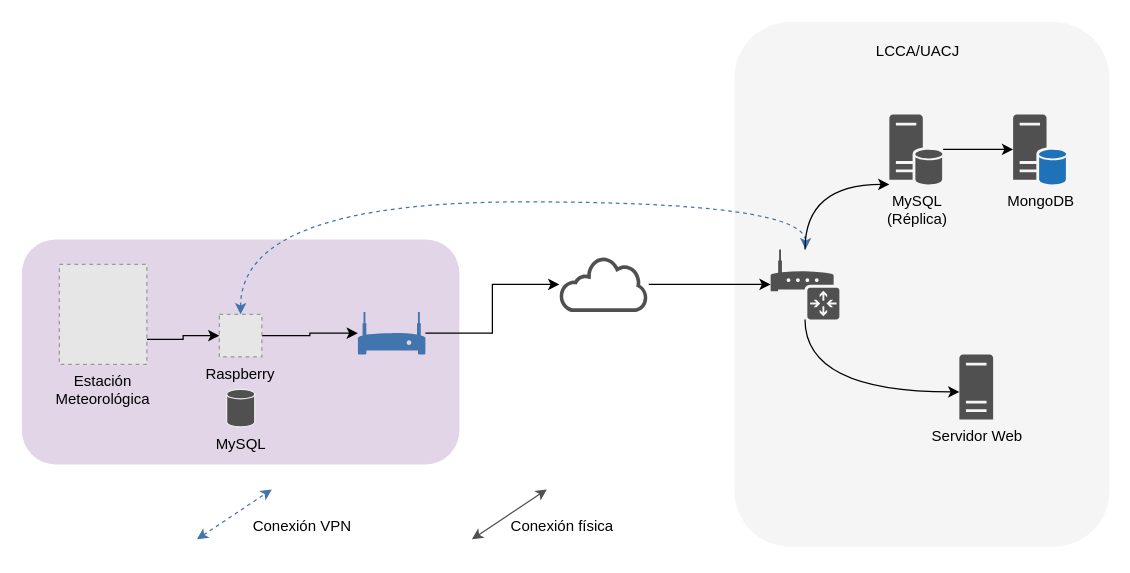
Before: page "Page-4" (4 of 4) of resources/red.drawio in thblckjkr/tesis, a draw.io diagram. Source tidied: cells renumbered, new cells numbered last; positions are measured from the earlier drawing's top-left corner, leaving out a move shared by most shapes. Both pictures are drawn from the tidied source at 125%, with x=0, y=0 at pixel (21, 21). Pictures stored in the file or linked from it are replaced by grey dashed boxes.
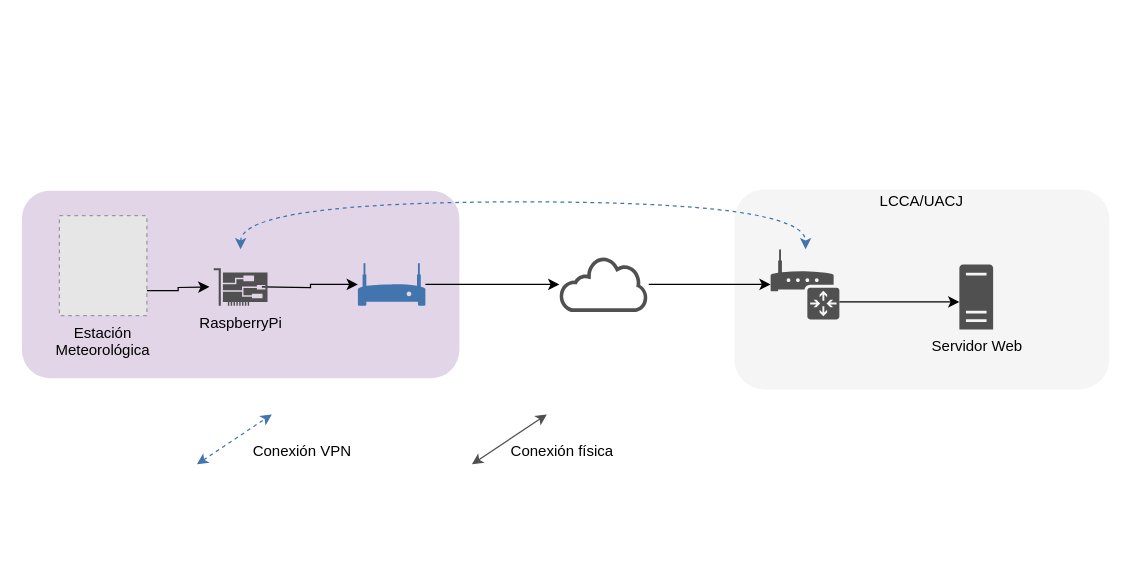
The same page after the edit.

The change refers to these unchanged cells:
```xml
<mxCell id="20" style="shadow=0;dashed=0;html=1;strokeColor=none;labelPosition=center;verticalLabelPosition=bottom;verticalAlign=top;outlineConnect=0;align=center;shape=mxgraph.office.devices.router;fillColor=#505050;" parent="1" vertex="1">
  <mxGeometry x="599" y="182" width="55" height="56" as="geometry" />
</mxCell>
```

What changed in the source:
```diff
@@
     <mxCell id="2" style="rounded=1;whiteSpace=wrap;html=1;fillColor=#e1d5e7;fontStyle=1;strokeColor=none;" parent="1" vertex="1">
-      <mxGeometry y="174" width="350" height="180" as="geometry" />
+      <mxGeometry y="135" width="350" height="150" as="geometry" />
     </mxCell>
     <mxCell id="3" style="rounded=1;whiteSpace=wrap;html=1;fillColor=#f5f5f5;fontColor=#333333;strokeColor=none;" parent="1" vertex="1">
-      <mxGeometry x="570" width="300" height="420" as="geometry" />
+      <mxGeometry x="570" y="134" width="300" height="160" as="geometry" />
     </mxCell>
@@
-    <mxCell id="5" style="edgeStyle=orthogonalEdgeStyle;rounded=0;jettySize=auto;html=1;" parent="1" edge="1" source="6" target="17">
-      <mxGeometry relative="1" as="geometry" />
-    </mxCell>
-    <mxCell id="6" value="MySQL&lt;br&gt;(Réplica)" style="shadow=0;dashed=0;html=1;strokeColor=none;labelPosition=center;verticalLabelPosition=bottom;verticalAlign=top;outlineConnect=0;align=center;shape=mxgraph.office.servers.database_server;fillColor=#505050;" parent="1" vertex="1">
-      <mxGeometry x="694" y="74" width="43" height="56" as="geometry" />
-    </mxCell>
     <mxCell id="7" value="Servidor Web" style="shadow=0;dashed=0;html=1;strokeColor=none;labelPosition=center;verticalLabelPosition=bottom;verticalAlign=top;outlineConnect=0;align=center;shape=mxgraph.office.servers.server_generic;fillColor=#505050;" parent="1" vertex="1">
-      <mxGeometry x="750" y="266" width="27" height="52" as="geometry" />
+      <mxGeometry x="750" y="194" width="27" height="52" as="geometry" />
     </mxCell>
@@
     <mxCell id="10" style="shadow=0;dashed=0;html=1;strokeColor=none;labelPosition=center;verticalLabelPosition=bottom;verticalAlign=top;outlineConnect=0;align=center;shape=mxgraph.office.devices.modem;fillColor=#4274AD;" parent="1" vertex="1">
-      <mxGeometry x="268.8" y="232" width="54" height="34" as="geometry" />
+      <mxGeometry x="268.8" y="193" width="54" height="34" as="geometry" />
     </mxCell>
-    <mxCell id="11" style="edgeStyle=orthogonalEdgeStyle;rounded=0;jettySize=auto;html=1;exitX=1;exitY=0.5;exitDx=0;exitDy=0;" parent="1" edge="1" source="13" target="10">
-      <mxGeometry relative="1" as="geometry" />
+    <mxCell id="11" style="edgeStyle=orthogonalEdgeStyle;rounded=0;jettySize=auto;html=1;exitX=1;exitY=0.5;exitDx=0;exitDy=0;" parent="1" edge="1" target="10">
+      <mxGeometry relative="1" as="geometry">
+        <mxPoint x="192" y="212" as="sourcePoint" />
+      </mxGeometry>
     </mxCell>
-    <mxCell id="12" style="edgeStyle=orthogonalEdgeStyle;rounded=0;jettySize=auto;html=1;exitX=0.5;exitY=0;exitDx=0;exitDy=0;dashed=1;startArrow=classic;startFill=1;strokeColor=#4274AD;elbow=vertical;curved=1;" parent="1" edge="1" source="13" target="20">
+    <mxCell id="12" style="edgeStyle=orthogonalEdgeStyle;rounded=0;jettySize=auto;html=1;dashed=1;startArrow=classic;startFill=1;strokeColor=#4274AD;elbow=vertical;curved=1;" parent="1" edge="1" target="20">
       <mxGeometry relative="1" as="geometry">
+        <mxPoint x="175" y="182" as="sourcePoint" />
         <Array as="points">
           <mxPoint x="175" y="144" />
           <mxPoint x="627" y="144" />
         </Array>
       </mxGeometry>
     </mxCell>
-    <mxCell id="13" value="Raspberry" style="fillColor=#E6E6E6;strokeColor=#999999;dashed=1;verticalLabelPosition=bottom;verticalAlign=top;" parent="1" vertex="1">
-      <mxGeometry x="158" y="234" width="34" height="34" as="geometry" />
-    </mxCell>
     <mxCell id="14" value="LCCA/UACJ" style="text;html=1;strokeColor=none;fillColor=none;align=center;verticalAlign=middle;whiteSpace=wrap;rounded=0;" parent="1" vertex="1">
-      <mxGeometry x="697" y="14" width="40" height="20" as="geometry" />
+      <mxGeometry x="700" y="134" width="40" height="20" as="geometry" />
     </mxCell>
-    <mxCell id="15" style="edgeStyle=orthogonalEdgeStyle;rounded=0;jettySize=auto;html=1;exitX=1;exitY=0.75;exitDx=0;exitDy=0;" parent="1" edge="1" source="16" target="13">
-      <mxGeometry relative="1" as="geometry" />
+    <mxCell id="15" style="edgeStyle=orthogonalEdgeStyle;rounded=0;jettySize=auto;html=1;exitX=1;exitY=0.75;exitDx=0;exitDy=0;" parent="1" edge="1" source="16">
+      <mxGeometry relative="1" as="geometry">
+        <mxPoint x="150" y="212" as="targetPoint" />
+      </mxGeometry>
     </mxCell>
     <mxCell id="16" value="Estación&#10;Meteorológica" style="fillColor=#E6E6E6;strokeColor=#999999;dashed=1;verticalLabelPosition=bottom;verticalAlign=top;" parent="1" vertex="1">
-      <mxGeometry x="30" y="194" width="70" height="80" as="geometry" />
+      <mxGeometry x="30" y="155" width="70" height="80" as="geometry" />
     </mxCell>
-    <mxCell id="17" value="MongoDB" style="shadow=0;dashed=0;html=1;strokeColor=none;fillColor=#505050;labelPosition=center;verticalLabelPosition=bottom;verticalAlign=top;outlineConnect=0;align=center;shape=mxgraph.office.servers.database_server_blue;" parent="1" vertex="1">
-      <mxGeometry x="793" y="74" width="43" height="56" as="geometry" />
-    </mxCell>
-    <mxCell id="18" style="edgeStyle=orthogonalEdgeStyle;curved=1;rounded=0;jettySize=auto;html=1;" parent="1" edge="1" source="20" target="6">
-      <mxGeometry relative="1" as="geometry">
-        <Array as="points">
-          <mxPoint x="627" y="130" />
-        </Array>
-      </mxGeometry>
-    </mxCell>
     <mxCell id="19" style="edgeStyle=orthogonalEdgeStyle;curved=1;rounded=0;jettySize=auto;html=1;" parent="1" edge="1" source="20" target="7">
       <mxGeometry relative="1" as="geometry">
         <Array as="points">
-          <mxPoint x="627" y="296" />
+          <mxPoint x="700" y="224" />
+          <mxPoint x="700" y="224" />
         </Array>
       </mxGeometry>
     </mxCell>
@@
     <mxCell id="21" style="endArrow=classic;startArrow=classic;html=1;dashed=1;strokeColor=#4274AD;" parent="1" edge="1">
       <mxGeometry relative="1" as="geometry">
-        <mxPoint x="140" y="414" as="sourcePoint" />
-        <mxPoint x="200" y="374" as="targetPoint" />
+        <mxPoint x="140" y="354" as="sourcePoint" />
+        <mxPoint x="200" y="314" as="targetPoint" />
       </mxGeometry>
     </mxCell>
     <mxCell id="22" value="Conexión VPN" style="text;html=1;align=center;verticalAlign=middle;" parent="1" vertex="1">
-      <mxGeometry x="178.8" y="394" width="90" height="20" as="geometry" />
+      <mxGeometry x="178.8" y="334" width="90" height="20" as="geometry" />
     </mxCell>
     <mxCell id="23" style="endArrow=classic;startArrow=classic;html=1;strokeColor=#505050;" parent="1" edge="1">
       <mxGeometry relative="1" as="geometry">
-        <mxPoint x="360" y="414" as="sourcePoint" />
-        <mxPoint x="420" y="374" as="targetPoint" />
+        <mxPoint x="360" y="354" as="sourcePoint" />
+        <mxPoint x="420" y="314" as="targetPoint" />
       </mxGeometry>
     </mxCell>
     <mxCell id="24" value="Conexión física" style="text;html=1;align=center;verticalAlign=middle;" parent="1" vertex="1">
-      <mxGeometry x="382" y="394" width="100" height="20" as="geometry" />
+      <mxGeometry x="382" y="334" width="100" height="20" as="geometry" />
     </mxCell>
-    <mxCell id="25" value="MySQL" style="shape=cylinder3;whiteSpace=wrap;html=1;boundedLbl=1;backgroundOutline=1;size=3.8127830768455624;fillColor=#505050;strokeColor=#EDEDED;verticalAlign=top;labelPosition=center;verticalLabelPosition=bottom;align=center;" parent="1" vertex="1">
-      <mxGeometry x="163.8" y="294" width="22.5" height="30" as="geometry" />
-    </mxCell>
+    <mxCell id="26" value="RaspberryPi" style="shadow=0;dashed=0;html=1;strokeColor=none;fillColor=#505050;labelPosition=center;verticalLabelPosition=bottom;verticalAlign=top;align=center;shape=mxgraph.office.devices.nic;" parent="1" vertex="1">
+      <mxGeometry x="153.5" y="197" width="43" height="30" as="geometry" />
+    </mxCell>
```
